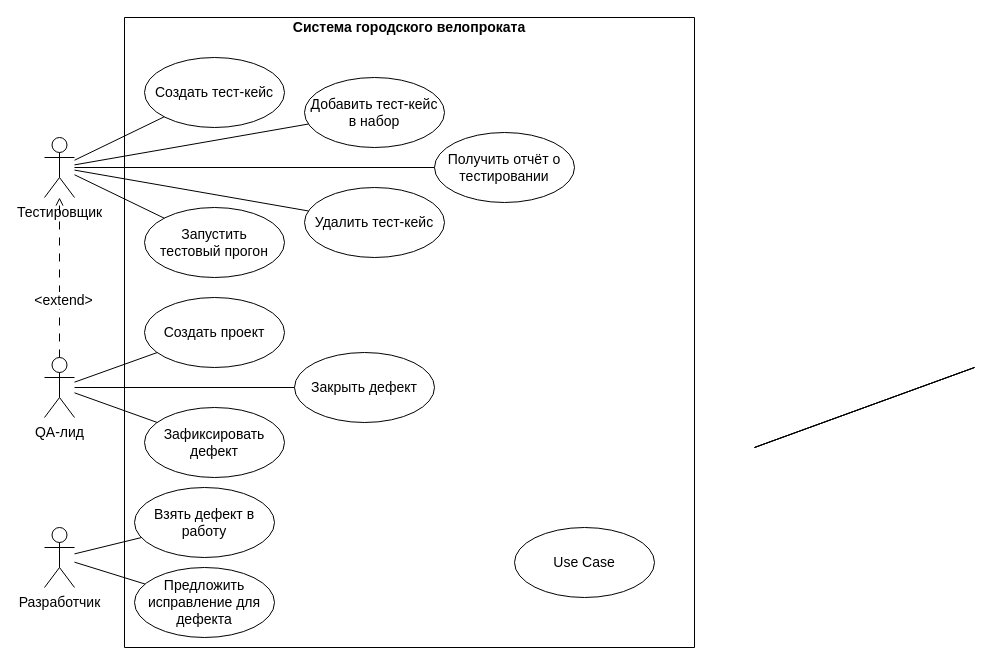
Earlier version of the draw.io diagram ПКСС_4.drawio (v-tempe/draw.io). Source tidied: cells renumbered, new cells numbered last; positions are measured from the earlier drawing's top-left corner, leaving out a move shared by most shapes. Both pictures are drawn from the tidied source at 100%, with x=0, y=0 at pixel (44, 17).
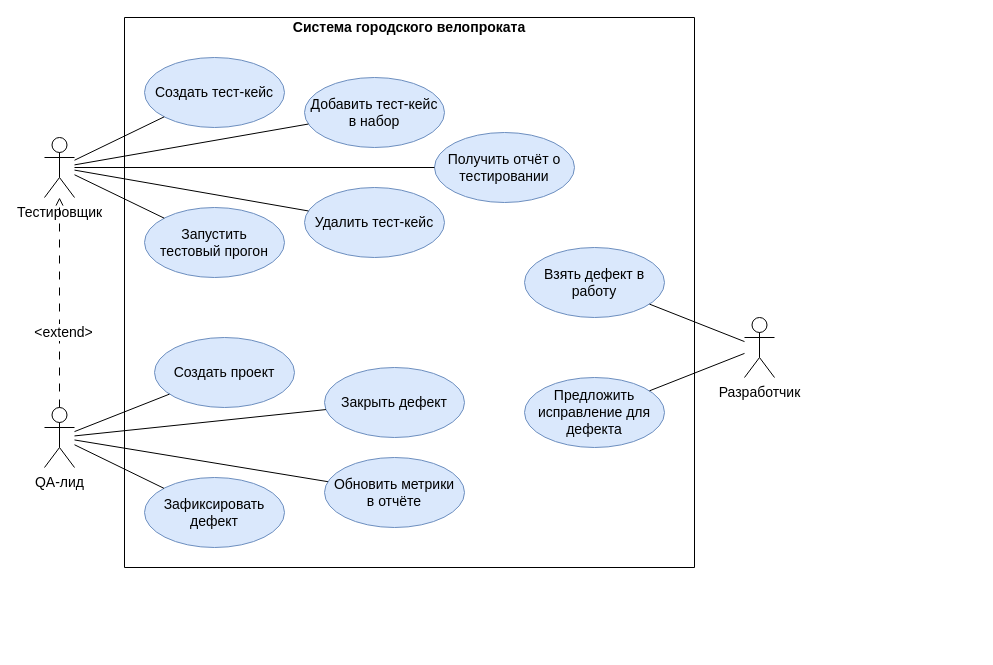
The same page after the edit.

The edit, as a diff of the source:
```diff
@@
     <mxCell id="2" value="&#10;Система городского велопроката" style="swimlane;startSize=0;fontSize=14;" parent="1" vertex="1">
-      <mxGeometry x="80" width="570" height="630" as="geometry" />
+      <mxGeometry x="80" width="570" height="550" as="geometry" />
     </mxCell>
-    <mxCell id="3" value="Создать проект" style="ellipse;whiteSpace=wrap;html=1;fontSize=14;" parent="2" vertex="1">
-      <mxGeometry x="20" y="280" width="140" height="70" as="geometry" />
-    </mxCell>
-    <mxCell id="4" value="Удалить тест‑кейс" style="ellipse;whiteSpace=wrap;html=1;fontSize=14;" parent="2" vertex="1">
+    <mxCell id="4" value="Удалить тест‑кейс" style="ellipse;whiteSpace=wrap;html=1;fontSize=14;fillColor=#dae8fc;strokeColor=#6c8ebf;" parent="2" vertex="1">
       <mxGeometry x="180" y="170" width="140" height="70" as="geometry" />
     </mxCell>
-    <mxCell id="5" value="Use Case" style="ellipse;whiteSpace=wrap;html=1;fontSize=14;" parent="2" vertex="1">
-      <mxGeometry x="390" y="510" width="140" height="70" as="geometry" />
-    </mxCell>
-    <mxCell id="6" value="Получить отчёт о тестировании" style="ellipse;whiteSpace=wrap;html=1;fontSize=14;" parent="2" vertex="1">
+    <mxCell id="6" value="Получить отчёт о тестировании" style="ellipse;whiteSpace=wrap;html=1;fontSize=14;fillColor=#dae8fc;strokeColor=#6c8ebf;" parent="2" vertex="1">
       <mxGeometry x="310" y="115" width="140" height="70" as="geometry" />
     </mxCell>
-    <mxCell id="7" value="Закрыть дефект" style="ellipse;whiteSpace=wrap;html=1;fontSize=14;" parent="2" vertex="1">
-      <mxGeometry x="170" y="335" width="140" height="70" as="geometry" />
-    </mxCell>
-    <mxCell id="8" value="Предложить исправление для дефекта" style="ellipse;whiteSpace=wrap;html=1;fontSize=14;" parent="2" vertex="1">
-      <mxGeometry x="10" y="550" width="140" height="70" as="geometry" />
+    <mxCell id="8" value="Предложить исправление для дефекта" style="ellipse;whiteSpace=wrap;html=1;fontSize=14;fillColor=#dae8fc;strokeColor=#6c8ebf;" parent="2" vertex="1">
+      <mxGeometry x="400" y="360" width="140" height="70" as="geometry" />
     </mxCell>
-    <mxCell id="9" value="Взять дефект в работу" style="ellipse;whiteSpace=wrap;html=1;fontSize=14;" parent="2" vertex="1">
-      <mxGeometry x="10" y="470" width="140" height="70" as="geometry" />
+    <mxCell id="9" value="Взять дефект в работу" style="ellipse;whiteSpace=wrap;html=1;fontSize=14;fillColor=#dae8fc;strokeColor=#6c8ebf;" parent="2" vertex="1">
+      <mxGeometry x="400" y="230" width="140" height="70" as="geometry" />
     </mxCell>
-    <mxCell id="10" value="Запустить&lt;div&gt;тестовый прогон&lt;/div&gt;" style="ellipse;whiteSpace=wrap;html=1;fontSize=14;" parent="2" vertex="1">
+    <mxCell id="10" value="Запустить&lt;div&gt;тестовый прогон&lt;/div&gt;" style="ellipse;whiteSpace=wrap;html=1;fontSize=14;fillColor=#dae8fc;strokeColor=#6c8ebf;" parent="2" vertex="1">
       <mxGeometry x="20" y="190" width="140" height="70" as="geometry" />
     </mxCell>
-    <mxCell id="11" value="Добавить тест‑кейс в набор" style="ellipse;whiteSpace=wrap;html=1;fontSize=14;" parent="2" vertex="1">
+    <mxCell id="11" value="Добавить тест‑кейс в набор" style="ellipse;whiteSpace=wrap;html=1;fontSize=14;fillColor=#dae8fc;strokeColor=#6c8ebf;" parent="2" vertex="1">
       <mxGeometry x="180" y="60" width="140" height="70" as="geometry" />
     </mxCell>
-    <mxCell id="12" value="Создать тест‑кейс" style="ellipse;whiteSpace=wrap;html=1;fontSize=14;" parent="2" vertex="1">
+    <mxCell id="12" value="Создать тест‑кейс" style="ellipse;whiteSpace=wrap;html=1;fontSize=14;fillColor=#dae8fc;strokeColor=#6c8ebf;" parent="2" vertex="1">
       <mxGeometry x="20" y="40" width="140" height="70" as="geometry" />
     </mxCell>
+    <mxCell id="3" value="Создать проект" style="ellipse;whiteSpace=wrap;html=1;fontSize=14;fillColor=#dae8fc;strokeColor=#6c8ebf;" parent="2" vertex="1">
+      <mxGeometry x="30" y="320" width="140" height="70" as="geometry" />
+    </mxCell>
+    <mxCell id="5" value="Обновить метрики&lt;div&gt;в отчёте&lt;/div&gt;" style="ellipse;whiteSpace=wrap;html=1;fontSize=14;fillColor=#dae8fc;strokeColor=#6c8ebf;" parent="2" vertex="1">
+      <mxGeometry x="200" y="440" width="140" height="70" as="geometry" />
+    </mxCell>
+    <mxCell id="7" value="Закрыть дефект" style="ellipse;whiteSpace=wrap;html=1;fontSize=14;fillColor=#dae8fc;strokeColor=#6c8ebf;" parent="2" vertex="1">
+      <mxGeometry x="200" y="350" width="140" height="70" as="geometry" />
+    </mxCell>
-    <mxCell id="13" value="Зафиксировать дефект" style="ellipse;whiteSpace=wrap;html=1;fontSize=14;" parent="2" vertex="1">
-      <mxGeometry x="20" y="390" width="140" height="70" as="geometry" />
+    <mxCell id="13" value="Зафиксировать дефект" style="ellipse;whiteSpace=wrap;html=1;fontSize=14;fillColor=#dae8fc;strokeColor=#6c8ebf;" parent="2" vertex="1">
+      <mxGeometry x="20" y="460" width="140" height="70" as="geometry" />
     </mxCell>
+    <mxCell id="16" value="QA-лид" style="shape=umlActor;verticalLabelPosition=bottom;verticalAlign=top;html=1;fontSize=14;" parent="2" vertex="1">
+      <mxGeometry x="-80" y="390" width="30" height="60" as="geometry" />
+    </mxCell>
+    <mxCell id="17" style="endArrow=none;html=1;rounded=0;fontSize=14;" parent="2" edge="1" source="3" target="16">
+      <mxGeometry relative="1" as="geometry" />
+    </mxCell>
+    <mxCell id="27" style="endArrow=none;html=1;rounded=0;fontSize=14;" parent="2" edge="1" source="5" target="16">
+      <mxGeometry relative="1" as="geometry" />
+    </mxCell>
+    <mxCell id="29" style="endArrow=none;html=1;rounded=0;fontSize=14;" parent="2" edge="1" source="7" target="16">
+      <mxGeometry relative="1" as="geometry" />
+    </mxCell>
+    <mxCell id="30" style="endArrow=none;html=1;rounded=0;fontSize=14;" parent="2" edge="1" source="13" target="16">
+      <mxGeometry relative="1" as="geometry" />
+    </mxCell>
@@
     <mxCell id="15" value="Разработчик" style="shape=umlActor;verticalLabelPosition=bottom;verticalAlign=top;html=1;fontSize=14;" parent="1" vertex="1">
-      <mxGeometry y="510" width="30" height="60" as="geometry" />
+      <mxGeometry x="700" y="300" width="30" height="60" as="geometry" />
     </mxCell>
-    <mxCell id="16" value="QA-лид" style="shape=umlActor;verticalLabelPosition=bottom;verticalAlign=top;html=1;fontSize=14;" parent="1" vertex="1">
-      <mxGeometry y="340" width="30" height="60" as="geometry" />
-    </mxCell>
-    <mxCell id="17" style="endArrow=none;html=1;rounded=0;fontSize=14;" parent="1" edge="1" source="3" target="16">
-      <mxGeometry relative="1" as="geometry" />
-    </mxCell>
@@
-    <mxCell id="25" style="endArrow=none;html=1;rounded=0;fontSize=14;" parent="1" edge="1">
-      <mxGeometry relative="1" as="geometry">
-        <mxPoint x="930" y="350" as="sourcePoint" />
-        <mxPoint x="710" y="430" as="targetPoint" />
-      </mxGeometry>
-    </mxCell>
-    <mxCell id="26" style="endArrow=none;html=1;rounded=0;fontSize=14;" parent="1" edge="1">
-      <mxGeometry relative="1" as="geometry">
-        <mxPoint x="930" y="350" as="sourcePoint" />
-        <mxPoint x="710" y="430" as="targetPoint" />
-      </mxGeometry>
-    </mxCell>
-    <mxCell id="27" style="endArrow=none;html=1;rounded=0;fontSize=14;" parent="1" edge="1">
-      <mxGeometry relative="1" as="geometry">
-        <mxPoint x="930" y="350" as="sourcePoint" />
-        <mxPoint x="710" y="430" as="targetPoint" />
-      </mxGeometry>
-    </mxCell>
@@
-    <mxCell id="29" style="endArrow=none;html=1;rounded=0;fontSize=14;" parent="1" edge="1" source="7" target="16">
-      <mxGeometry relative="1" as="geometry" />
-    </mxCell>
-    <mxCell id="30" style="endArrow=none;html=1;rounded=0;fontSize=14;" parent="1" edge="1" source="13" target="16">
-      <mxGeometry relative="1" as="geometry" />
-    </mxCell>
```
